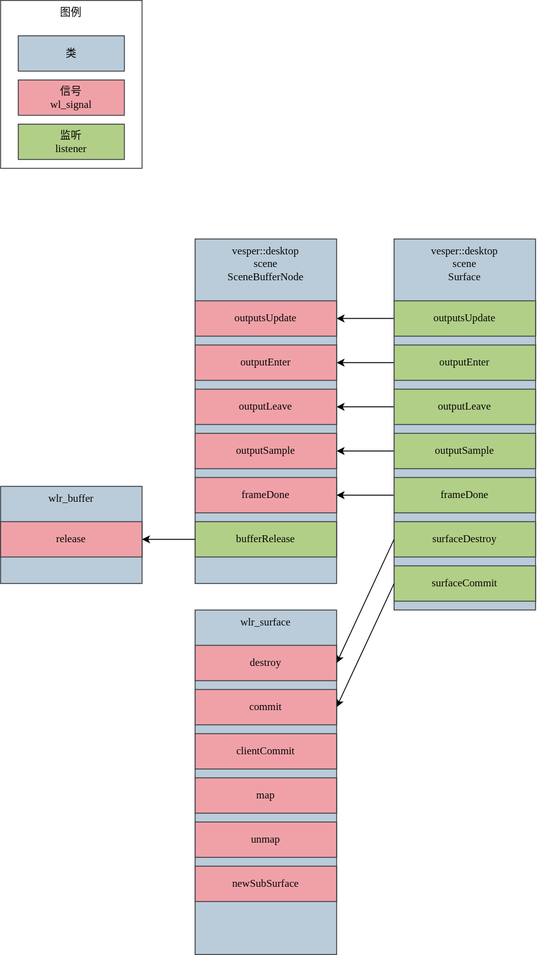
The draw.io diagram doc/images/wl_signal-flow.drawio.svg in FlowerBlackG/vesper, before a commit. Source tidied: cells renumbered, new cells last; positions are measured from the earlier drawing's top-left corner, leaving out a move shared by most shapes.
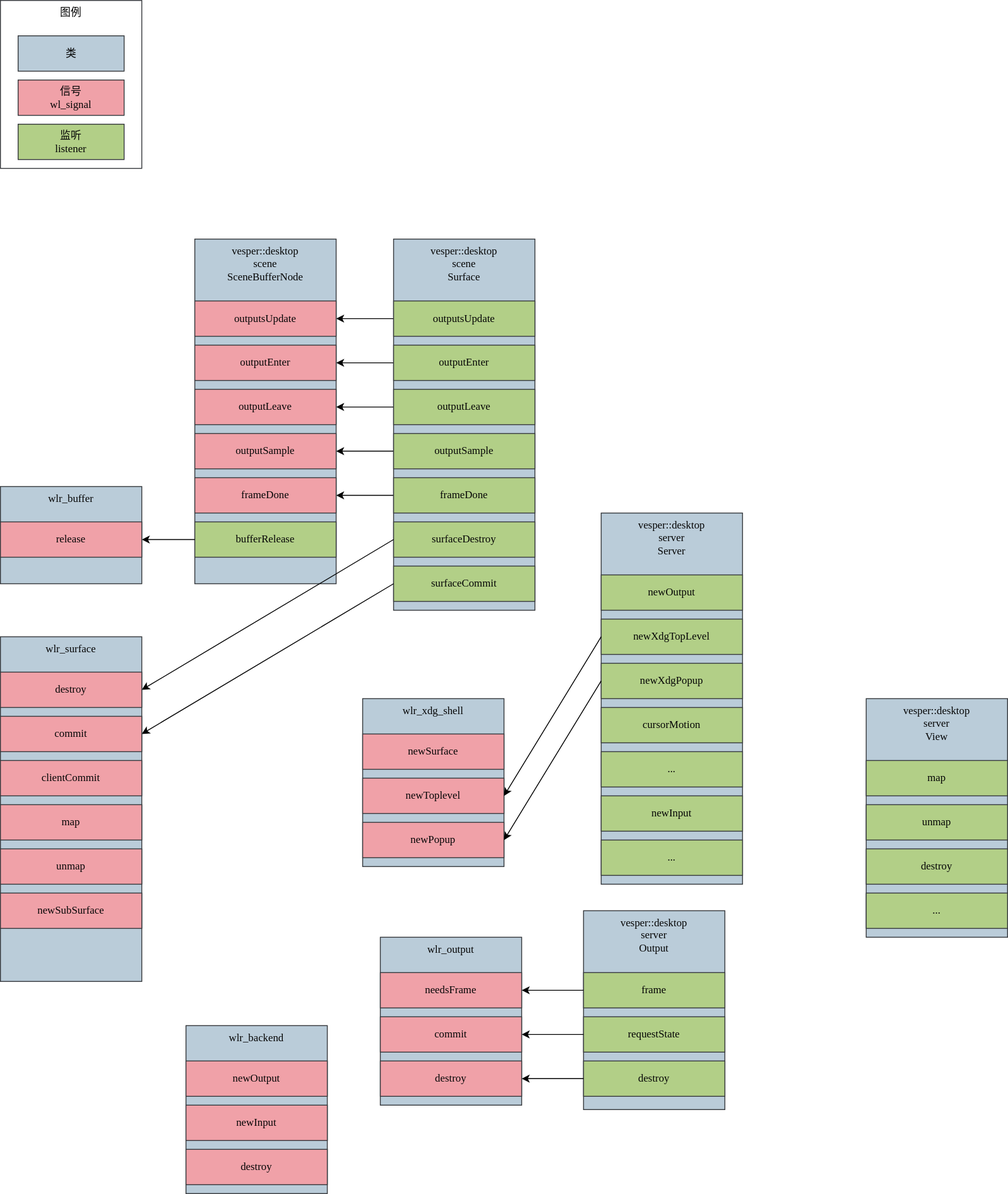
After the change.

The edit, as a diff of the source:
```diff
@@ -101,26 +101,146 @@
     <mxCell id="34" value="release" style="rounded=0;whiteSpace=wrap;html=1;fontFamily=JetBrains Mono;fillColor=#f0a1a8;strokeColor=#36393d;verticalAlign=middle;fontColor=#050505;" parent="32" vertex="1">
       <mxGeometry y="40" width="160" height="40" as="geometry" />
     </mxCell>
+    <mxCell id="42" style="group;" parent="1" vertex="1">
+      <mxGeometry y="720" width="160" height="390" as="geometry" />
+    </mxCell>
-    <mxCell id="35" value="wlr_surface" style="rounded=0;whiteSpace=wrap;html=1;fontFamily=JetBrains Mono;fillColor=#baccd9;strokeColor=#36393d;verticalAlign=top;fontColor=#050505;" parent="1" vertex="1">
-      <mxGeometry x="220" y="690" width="160" height="390" as="geometry" />
+    <mxCell id="35" value="wlr_surface" style="rounded=0;whiteSpace=wrap;html=1;fontFamily=JetBrains Mono;fillColor=#baccd9;strokeColor=#36393d;verticalAlign=top;fontColor=#050505;" parent="42" vertex="1">
+      <mxGeometry width="160" height="390" as="geometry" />
     </mxCell>
-    <mxCell id="36" value="destroy" style="rounded=0;whiteSpace=wrap;html=1;fontFamily=JetBrains Mono;fillColor=#f0a1a8;strokeColor=#36393d;verticalAlign=middle;fontColor=#050505;" parent="1" vertex="1">
-      <mxGeometry x="220" y="730" width="160" height="40" as="geometry" />
+    <mxCell id="36" value="destroy" style="rounded=0;whiteSpace=wrap;html=1;fontFamily=JetBrains Mono;fillColor=#f0a1a8;strokeColor=#36393d;verticalAlign=middle;fontColor=#050505;" parent="42" vertex="1">
+      <mxGeometry y="40" width="160" height="40" as="geometry" />
     </mxCell>
-    <mxCell id="37" value="commit" style="rounded=0;whiteSpace=wrap;html=1;fontFamily=JetBrains Mono;fillColor=#f0a1a8;strokeColor=#36393d;verticalAlign=middle;fontColor=#050505;" parent="1" vertex="1">
-      <mxGeometry x="220" y="780" width="160" height="40" as="geometry" />
+    <mxCell id="37" value="commit" style="rounded=0;whiteSpace=wrap;html=1;fontFamily=JetBrains Mono;fillColor=#f0a1a8;strokeColor=#36393d;verticalAlign=middle;fontColor=#050505;" parent="42" vertex="1">
+      <mxGeometry y="90" width="160" height="40" as="geometry" />
     </mxCell>
-    <mxCell id="38" value="clientCommit" style="rounded=0;whiteSpace=wrap;html=1;fontFamily=JetBrains Mono;fillColor=#f0a1a8;strokeColor=#36393d;verticalAlign=middle;fontColor=#050505;" parent="1" vertex="1">
-      <mxGeometry x="220" y="830" width="160" height="40" as="geometry" />
+    <mxCell id="38" value="clientCommit" style="rounded=0;whiteSpace=wrap;html=1;fontFamily=JetBrains Mono;fillColor=#f0a1a8;strokeColor=#36393d;verticalAlign=middle;fontColor=#050505;" parent="42" vertex="1">
+      <mxGeometry y="140" width="160" height="40" as="geometry" />
     </mxCell>
-    <mxCell id="39" value="map" style="rounded=0;whiteSpace=wrap;html=1;fontFamily=JetBrains Mono;fillColor=#f0a1a8;strokeColor=#36393d;verticalAlign=middle;fontColor=#050505;" parent="1" vertex="1">
-      <mxGeometry x="220" y="880" width="160" height="40" as="geometry" />
+    <mxCell id="39" value="map" style="rounded=0;whiteSpace=wrap;html=1;fontFamily=JetBrains Mono;fillColor=#f0a1a8;strokeColor=#36393d;verticalAlign=middle;fontColor=#050505;" parent="42" vertex="1">
+      <mxGeometry y="190" width="160" height="40" as="geometry" />
     </mxCell>
-    <mxCell id="40" value="unmap" style="rounded=0;whiteSpace=wrap;html=1;fontFamily=JetBrains Mono;fillColor=#f0a1a8;strokeColor=#36393d;verticalAlign=middle;fontColor=#050505;" parent="1" vertex="1">
-      <mxGeometry x="220" y="930" width="160" height="40" as="geometry" />
+    <mxCell id="40" value="unmap" style="rounded=0;whiteSpace=wrap;html=1;fontFamily=JetBrains Mono;fillColor=#f0a1a8;strokeColor=#36393d;verticalAlign=middle;fontColor=#050505;" parent="42" vertex="1">
+      <mxGeometry y="240" width="160" height="40" as="geometry" />
     </mxCell>
-    <mxCell id="41" value="newSubSurface" style="rounded=0;whiteSpace=wrap;html=1;fontFamily=JetBrains Mono;fillColor=#f0a1a8;strokeColor=#36393d;verticalAlign=middle;fontColor=#050505;" parent="1" vertex="1">
-      <mxGeometry x="220" y="980" width="160" height="40" as="geometry" />
+    <mxCell id="41" value="newSubSurface" style="rounded=0;whiteSpace=wrap;html=1;fontFamily=JetBrains Mono;fillColor=#f0a1a8;strokeColor=#36393d;verticalAlign=middle;fontColor=#050505;" parent="42" vertex="1">
+      <mxGeometry y="290" width="160" height="40" as="geometry" />
     </mxCell>
+    <mxCell id="43" style="group;" parent="1" vertex="1">
+      <mxGeometry x="210" y="1160" width="160" height="190" as="geometry" />
+    </mxCell>
+    <mxCell id="44" value="wlr_backend" style="rounded=0;whiteSpace=wrap;html=1;fontFamily=JetBrains Mono;fillColor=#baccd9;strokeColor=#36393d;verticalAlign=top;fontColor=#050505;" parent="43" vertex="1">
+      <mxGeometry width="160" height="190" as="geometry" />
+    </mxCell>
+    <mxCell id="45" value="newOutput" style="rounded=0;whiteSpace=wrap;html=1;fontFamily=JetBrains Mono;fillColor=#f0a1a8;strokeColor=#36393d;verticalAlign=middle;fontColor=#050505;" parent="43" vertex="1">
+      <mxGeometry y="40" width="160" height="40" as="geometry" />
+    </mxCell>
+    <mxCell id="46" value="newInput" style="rounded=0;whiteSpace=wrap;html=1;fontFamily=JetBrains Mono;fillColor=#f0a1a8;strokeColor=#36393d;verticalAlign=middle;fontColor=#050505;" parent="43" vertex="1">
+      <mxGeometry y="90" width="160" height="40" as="geometry" />
+    </mxCell>
+    <mxCell id="47" value="destroy" style="rounded=0;whiteSpace=wrap;html=1;fontFamily=JetBrains Mono;fillColor=#f0a1a8;strokeColor=#36393d;verticalAlign=middle;fontColor=#050505;" parent="43" vertex="1">
+      <mxGeometry y="140" width="160" height="40" as="geometry" />
+    </mxCell>
+    <mxCell id="48" style="group;" parent="1" vertex="1">
+      <mxGeometry x="680" y="580" width="160" height="420" as="geometry" />
+    </mxCell>
+    <mxCell id="49" value="vesper::desktop&lt;br&gt;server&lt;br&gt;Server" style="rounded=0;whiteSpace=wrap;html=1;fontFamily=JetBrains Mono;fillColor=#baccd9;strokeColor=#36393d;verticalAlign=top;fontColor=#050505;" parent="48" vertex="1">
+      <mxGeometry width="160" height="420" as="geometry" />
+    </mxCell>
+    <mxCell id="50" value="newOutput" style="rounded=0;whiteSpace=wrap;html=1;fontFamily=JetBrains Mono;fillColor=#B2CF87;strokeColor=#36393d;verticalAlign=middle;fontColor=#050505;" parent="48" vertex="1">
+      <mxGeometry y="70" width="160" height="40" as="geometry" />
+    </mxCell>
+    <mxCell id="51" value="newXdgTopLevel" style="rounded=0;whiteSpace=wrap;html=1;fontFamily=JetBrains Mono;fillColor=#B2CF87;strokeColor=#36393d;verticalAlign=middle;fontColor=#050505;" parent="48" vertex="1">
+      <mxGeometry y="120" width="160" height="40" as="geometry" />
+    </mxCell>
+    <mxCell id="52" value="newXdgPopup" style="rounded=0;whiteSpace=wrap;html=1;fontFamily=JetBrains Mono;fillColor=#B2CF87;strokeColor=#36393d;verticalAlign=middle;fontColor=#050505;" parent="48" vertex="1">
+      <mxGeometry y="170" width="160" height="40" as="geometry" />
+    </mxCell>
+    <mxCell id="53" value="cursorMotion" style="rounded=0;whiteSpace=wrap;html=1;fontFamily=JetBrains Mono;fillColor=#B2CF87;strokeColor=#36393d;verticalAlign=middle;fontColor=#050505;" parent="48" vertex="1">
+      <mxGeometry y="220" width="160" height="40" as="geometry" />
+    </mxCell>
+    <mxCell id="54" value="..." style="rounded=0;whiteSpace=wrap;html=1;fontFamily=JetBrains Mono;fillColor=#B2CF87;strokeColor=#36393d;verticalAlign=middle;fontColor=#050505;" parent="48" vertex="1">
+      <mxGeometry y="270" width="160" height="40" as="geometry" />
+    </mxCell>
+    <mxCell id="55" value="newInput" style="rounded=0;whiteSpace=wrap;html=1;fontFamily=JetBrains Mono;fillColor=#B2CF87;strokeColor=#36393d;verticalAlign=middle;fontColor=#050505;" parent="48" vertex="1">
+      <mxGeometry y="320" width="160" height="40" as="geometry" />
+    </mxCell>
+    <mxCell id="56" value="..." style="rounded=0;whiteSpace=wrap;html=1;fontFamily=JetBrains Mono;fillColor=#B2CF87;strokeColor=#36393d;verticalAlign=middle;fontColor=#050505;" parent="48" vertex="1">
+      <mxGeometry y="370" width="160" height="40" as="geometry" />
+    </mxCell>
+    <mxCell id="57" style="group;" parent="1" vertex="1">
+      <mxGeometry x="660" y="1030" width="160" height="225" as="geometry" />
+    </mxCell>
+    <mxCell id="58" value="vesper::desktop&lt;br&gt;server&lt;br&gt;Output" style="rounded=0;whiteSpace=wrap;html=1;fontFamily=JetBrains Mono;fillColor=#baccd9;strokeColor=#36393d;verticalAlign=top;fontColor=#050505;" parent="57" vertex="1">
+      <mxGeometry width="160" height="225" as="geometry" />
+    </mxCell>
+    <mxCell id="59" value="frame" style="rounded=0;whiteSpace=wrap;html=1;fontFamily=JetBrains Mono;fillColor=#B2CF87;strokeColor=#36393d;verticalAlign=middle;fontColor=#050505;" parent="57" vertex="1">
+      <mxGeometry y="70" width="160" height="40" as="geometry" />
+    </mxCell>
+    <mxCell id="60" value="requestState" style="rounded=0;whiteSpace=wrap;html=1;fontFamily=JetBrains Mono;fillColor=#B2CF87;strokeColor=#36393d;verticalAlign=middle;fontColor=#050505;" parent="57" vertex="1">
+      <mxGeometry y="120" width="160" height="40" as="geometry" />
+    </mxCell>
+    <mxCell id="61" value="destroy" style="rounded=0;whiteSpace=wrap;html=1;fontFamily=JetBrains Mono;fillColor=#B2CF87;strokeColor=#36393d;verticalAlign=middle;fontColor=#050505;" parent="57" vertex="1">
+      <mxGeometry y="170" width="160" height="40" as="geometry" />
+    </mxCell>
+    <mxCell id="62" value="vesper::desktop&lt;br&gt;server&lt;br&gt;View" style="rounded=0;whiteSpace=wrap;html=1;fontFamily=JetBrains Mono;fillColor=#baccd9;strokeColor=#36393d;verticalAlign=top;fontColor=#050505;" parent="1" vertex="1">
+      <mxGeometry x="980" y="790" width="160" height="270" as="geometry" />
+    </mxCell>
+    <mxCell id="63" value="map" style="rounded=0;whiteSpace=wrap;html=1;fontFamily=JetBrains Mono;fillColor=#B2CF87;strokeColor=#36393d;verticalAlign=middle;fontColor=#050505;" parent="1" vertex="1">
+      <mxGeometry x="980" y="860" width="160" height="40" as="geometry" />
+    </mxCell>
+    <mxCell id="64" value="unmap" style="rounded=0;whiteSpace=wrap;html=1;fontFamily=JetBrains Mono;fillColor=#B2CF87;strokeColor=#36393d;verticalAlign=middle;fontColor=#050505;" parent="1" vertex="1">
+      <mxGeometry x="980" y="910" width="160" height="40" as="geometry" />
+    </mxCell>
+    <mxCell id="65" value="destroy" style="rounded=0;whiteSpace=wrap;html=1;fontFamily=JetBrains Mono;fillColor=#B2CF87;strokeColor=#36393d;verticalAlign=middle;fontColor=#050505;" parent="1" vertex="1">
+      <mxGeometry x="980" y="960" width="160" height="40" as="geometry" />
+    </mxCell>
+    <mxCell id="66" value="..." style="rounded=0;whiteSpace=wrap;html=1;fontFamily=JetBrains Mono;fillColor=#B2CF87;strokeColor=#36393d;verticalAlign=middle;fontColor=#050505;" parent="1" vertex="1">
+      <mxGeometry x="980" y="1010" width="160" height="40" as="geometry" />
+    </mxCell>
+    <mxCell id="67" style="group;" parent="1" vertex="1">
+      <mxGeometry x="430" y="1060" width="160" height="190" as="geometry" />
+    </mxCell>
+    <mxCell id="68" value="wlr_output" style="rounded=0;whiteSpace=wrap;html=1;fontFamily=JetBrains Mono;fillColor=#baccd9;strokeColor=#36393d;verticalAlign=top;fontColor=#050505;" parent="67" vertex="1">
+      <mxGeometry width="160" height="190" as="geometry" />
+    </mxCell>
+    <mxCell id="69" value="needsFrame" style="rounded=0;whiteSpace=wrap;html=1;fontFamily=JetBrains Mono;fillColor=#f0a1a8;strokeColor=#36393d;verticalAlign=middle;fontColor=#050505;" parent="67" vertex="1">
+      <mxGeometry y="40" width="160" height="40" as="geometry" />
+    </mxCell>
+    <mxCell id="70" value="commit" style="rounded=0;whiteSpace=wrap;html=1;fontFamily=JetBrains Mono;fillColor=#f0a1a8;strokeColor=#36393d;verticalAlign=middle;fontColor=#050505;" parent="67" vertex="1">
+      <mxGeometry y="90" width="160" height="40" as="geometry" />
+    </mxCell>
+    <mxCell id="71" value="destroy" style="rounded=0;whiteSpace=wrap;html=1;fontFamily=JetBrains Mono;fillColor=#f0a1a8;strokeColor=#36393d;verticalAlign=middle;fontColor=#050505;" parent="67" vertex="1">
+      <mxGeometry y="140" width="160" height="40" as="geometry" />
+    </mxCell>
+    <mxCell id="72" style="edgeStyle=none;html=1;exitX=0;exitY=0.5;exitDx=0;exitDy=0;entryX=1;entryY=0.5;entryDx=0;entryDy=0;" parent="1" edge="1" source="59" target="69">
+      <mxGeometry relative="1" as="geometry" />
+    </mxCell>
+    <mxCell id="73" style="edgeStyle=none;html=1;exitX=0;exitY=0.5;exitDx=0;exitDy=0;entryX=1;entryY=0.5;entryDx=0;entryDy=0;" parent="1" edge="1" source="60" target="70">
+      <mxGeometry relative="1" as="geometry" />
+    </mxCell>
+    <mxCell id="74" style="edgeStyle=none;html=1;exitX=0;exitY=0.5;exitDx=0;exitDy=0;entryX=1;entryY=0.5;entryDx=0;entryDy=0;" parent="1" edge="1" source="61" target="71">
+      <mxGeometry relative="1" as="geometry" />
+    </mxCell>
+    <mxCell id="75" style="group;" parent="1" vertex="1">
+      <mxGeometry x="410" y="790" width="160" height="190" as="geometry" />
+    </mxCell>
+    <mxCell id="76" value="wlr_xdg_shell" style="rounded=0;whiteSpace=wrap;html=1;fontFamily=JetBrains Mono;fillColor=#baccd9;strokeColor=#36393d;verticalAlign=top;fontColor=#050505;" parent="75" vertex="1">
+      <mxGeometry width="160" height="190" as="geometry" />
+    </mxCell>
+    <mxCell id="77" value="newSurface" style="rounded=0;whiteSpace=wrap;html=1;fontFamily=JetBrains Mono;fillColor=#f0a1a8;strokeColor=#36393d;verticalAlign=middle;fontColor=#050505;" parent="75" vertex="1">
+      <mxGeometry y="40" width="160" height="40" as="geometry" />
+    </mxCell>
+    <mxCell id="78" value="newToplevel" style="rounded=0;whiteSpace=wrap;html=1;fontFamily=JetBrains Mono;fillColor=#f0a1a8;strokeColor=#36393d;verticalAlign=middle;fontColor=#050505;" parent="75" vertex="1">
+      <mxGeometry y="90" width="160" height="40" as="geometry" />
+    </mxCell>
+    <mxCell id="79" value="newPopup" style="rounded=0;whiteSpace=wrap;html=1;fontFamily=JetBrains Mono;fillColor=#f0a1a8;strokeColor=#36393d;verticalAlign=middle;fontColor=#050505;" parent="75" vertex="1">
+      <mxGeometry y="140" width="160" height="40" as="geometry" />
+    </mxCell>
+    <mxCell id="80" style="edgeStyle=none;html=1;exitX=0;exitY=0.5;exitDx=0;exitDy=0;entryX=1;entryY=0.5;entryDx=0;entryDy=0;" parent="1" edge="1" source="51" target="78">
+      <mxGeometry relative="1" as="geometry" />
+    </mxCell>
+    <mxCell id="81" style="edgeStyle=none;html=1;exitX=0;exitY=0.5;exitDx=0;exitDy=0;entryX=1;entryY=0.5;entryDx=0;entryDy=0;" parent="1" edge="1" source="52" target="79">
+      <mxGeometry relative="1" as="geometry" />
+    </mxCell>
   </root>
 </mxGraphModel>
```
